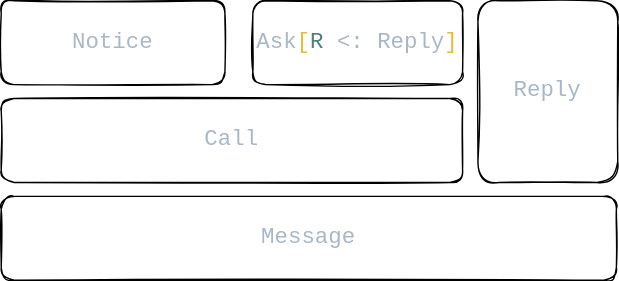
The draw.io diagram docs/_assets/images/message_types.drawio.svg in otavia-projects/otavia, before a commit. Source tidied: cells renumbered, new cells last; positions are measured from the earlier drawing's top-left corner, leaving out a move shared by most shapes.
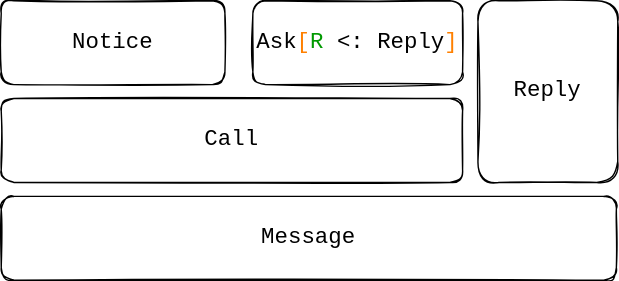
After the commit.

Diff of the diagram source:
```diff
@@ -2,19 +2,19 @@
   <root>
     <mxCell id="0" />
     <mxCell id="1" parent="0" />
-    <mxCell id="2" value="&lt;div style=&quot;color: rgb(169, 183, 198); font-family: &amp;quot;JetBrains Mono&amp;quot;, monospace;&quot;&gt;&lt;font style=&quot;font-size: 16px;&quot;&gt;Message&lt;/font&gt;&lt;/div&gt;" style="rounded=1;whiteSpace=wrap;html=1;sketch=1;" parent="1" vertex="1">
+    <mxCell id="2" value="&lt;div style=&quot;font-family: &amp;quot;JetBrains Mono&amp;quot;, monospace;&quot;&gt;&lt;font style=&quot;font-size: 16px;&quot;&gt;Message&lt;/font&gt;&lt;/div&gt;" style="rounded=1;whiteSpace=wrap;html=1;sketch=1;fontColor=#000000;" parent="1" vertex="1">
       <mxGeometry y="140" width="440" height="60" as="geometry" />
     </mxCell>
-    <mxCell id="3" value="&lt;div style=&quot;color: rgb(169, 183, 198); font-family: &amp;quot;JetBrains Mono&amp;quot;, monospace;&quot;&gt;&lt;font style=&quot;font-size: 16px;&quot;&gt;Call&lt;/font&gt;&lt;/div&gt;" style="rounded=1;whiteSpace=wrap;html=1;sketch=1;" parent="1" vertex="1">
+    <mxCell id="3" value="&lt;div style=&quot;font-family: &amp;quot;JetBrains Mono&amp;quot;, monospace;&quot;&gt;&lt;font style=&quot;font-size: 16px;&quot;&gt;Call&lt;/font&gt;&lt;/div&gt;" style="rounded=1;whiteSpace=wrap;html=1;sketch=1;fontColor=#000000;" parent="1" vertex="1">
       <mxGeometry y="70" width="330" height="60" as="geometry" />
     </mxCell>
-    <mxCell id="4" value="&lt;div style=&quot;color: rgb(169, 183, 198); font-family: &amp;quot;JetBrains Mono&amp;quot;, monospace;&quot;&gt;&lt;font style=&quot;font-size: 16px;&quot;&gt;Notice&lt;/font&gt;&lt;/div&gt;" style="rounded=1;whiteSpace=wrap;html=1;sketch=1;" parent="1" vertex="1">
+    <mxCell id="4" value="&lt;div style=&quot;font-family: &amp;quot;JetBrains Mono&amp;quot;, monospace;&quot;&gt;&lt;font style=&quot;font-size: 16px;&quot;&gt;Notice&lt;/font&gt;&lt;/div&gt;" style="rounded=1;whiteSpace=wrap;html=1;sketch=1;fontColor=#000000;" parent="1" vertex="1">
       <mxGeometry width="160" height="60" as="geometry" />
     </mxCell>
-    <mxCell id="5" value="&lt;div style=&quot;color: rgb(169, 183, 198); font-family: &amp;quot;JetBrains Mono&amp;quot;, monospace;&quot;&gt;&lt;font style=&quot;font-size: 16px;&quot;&gt;Reply&lt;/font&gt;&lt;/div&gt;" style="rounded=1;whiteSpace=wrap;html=1;sketch=1;" parent="1" vertex="1">
+    <mxCell id="5" value="&lt;div style=&quot;font-family: &amp;quot;JetBrains Mono&amp;quot;, monospace;&quot;&gt;&lt;font style=&quot;font-size: 16px;&quot;&gt;Reply&lt;/font&gt;&lt;/div&gt;" style="rounded=1;whiteSpace=wrap;html=1;sketch=1;fontColor=#000000;" parent="1" vertex="1">
       <mxGeometry x="341" width="100" height="130" as="geometry" />
     </mxCell>
-    <mxCell id="6" value="&lt;div style=&quot;color: rgb(169, 183, 198); font-family: &amp;quot;JetBrains Mono&amp;quot;, monospace; font-size: 16px;&quot;&gt;Ask&lt;span style=&quot;color: rgb(232, 186, 54);&quot;&gt;[&lt;/span&gt;&lt;span style=&quot;color: rgb(78, 128, 125);&quot;&gt;R &lt;/span&gt;&amp;lt;: Reply&lt;span style=&quot;color: rgb(232, 186, 54);&quot;&gt;]&lt;/span&gt;&lt;/div&gt;" style="rounded=1;whiteSpace=wrap;html=1;sketch=1;" parent="1" vertex="1">
+    <mxCell id="6" value="&lt;div style=&quot;font-family: &amp;quot;JetBrains Mono&amp;quot;, monospace; font-size: 16px;&quot;&gt;Ask&lt;font color=&quot;#ff8000&quot;&gt;[&lt;/font&gt;&lt;font color=&quot;#009900&quot;&gt;R&lt;/font&gt; &amp;lt;: Reply&lt;font color=&quot;#ff8000&quot;&gt;]&lt;/font&gt;&lt;/div&gt;" style="rounded=1;whiteSpace=wrap;html=1;sketch=1;fontColor=#000000;" parent="1" vertex="1">
       <mxGeometry x="180" width="150" height="60" as="geometry" />
     </mxCell>
   </root>
```
